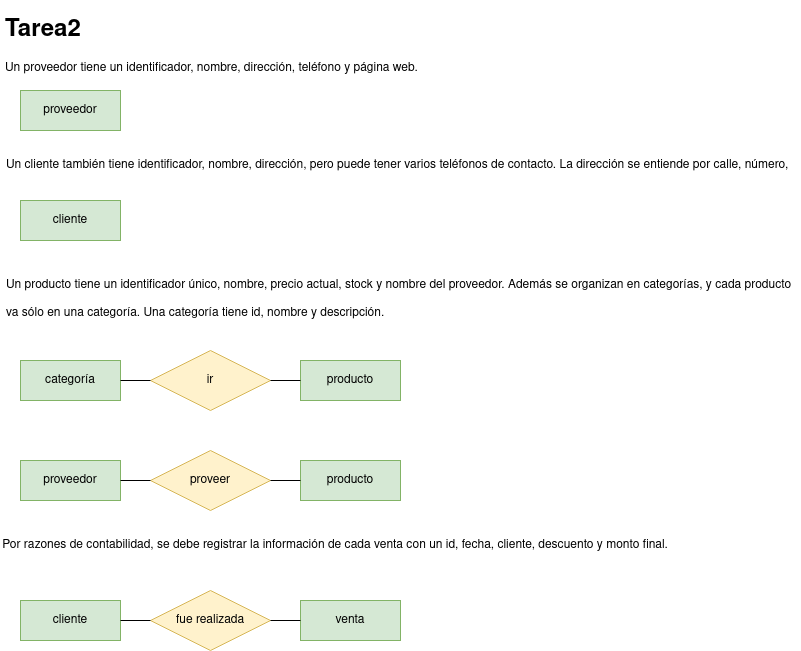
Above: tareasER/tarea2.png in javigh193/bae (draw.io), before the change. Source tidied: cells renumbered, new cells last; positions are measured from the earlier drawing's top-left corner, leaving out a move shared by most shapes.
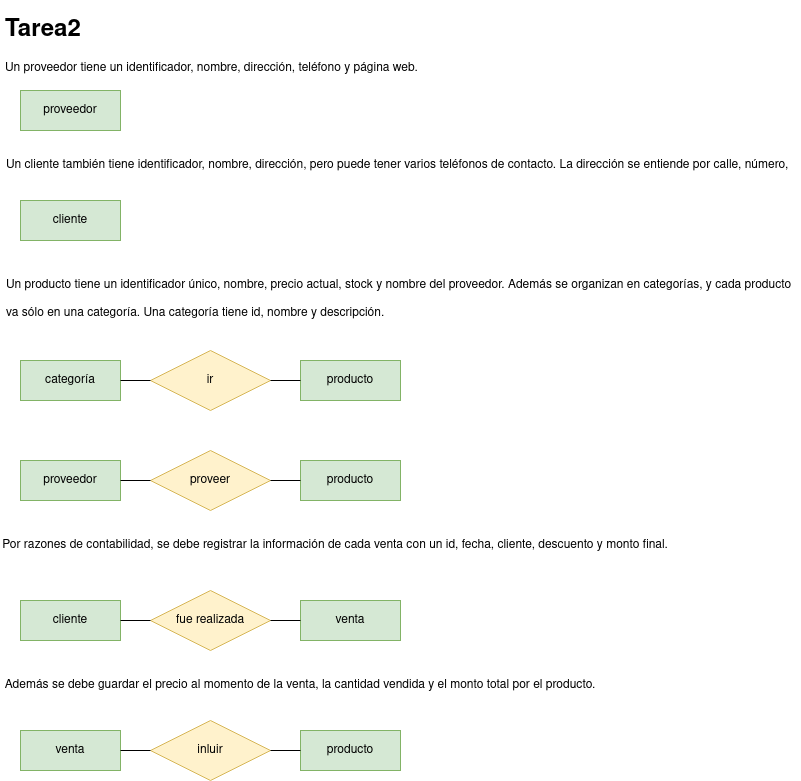
The same file after the commit.

Change to the diagram source:
```diff
@@ -65,5 +65,23 @@
     <mxCell id="22" style="endArrow=none;html=1;rounded=0;exitX=0;exitY=0.5;exitDx=0;exitDy=0;entryX=1;entryY=0.5;entryDx=0;entryDy=0;" parent="1" edge="1" source="18" target="20">
       <mxGeometry relative="1" as="geometry" />
     </mxCell>
+    <mxCell id="23" value="Además se debe guardar el precio al momento de la venta, la cantidad vendida y el monto total por el producto." style="text;html=1;strokeColor=none;fillColor=none;align=center;verticalAlign=middle;whiteSpace=wrap;rounded=0;" parent="1" vertex="1">
+      <mxGeometry y="660" width="600" height="30" as="geometry" />
+    </mxCell>
+    <mxCell id="24" value="producto" style="whiteSpace=wrap;html=1;align=center;fillColor=#d5e8d4;strokeColor=#82b366;" parent="1" vertex="1">
+      <mxGeometry x="300" y="720" width="100" height="40" as="geometry" />
+    </mxCell>
+    <mxCell id="25" value="venta" style="whiteSpace=wrap;html=1;align=center;fillColor=#d5e8d4;strokeColor=#82b366;" parent="1" vertex="1">
+      <mxGeometry x="20" y="720" width="100" height="40" as="geometry" />
+    </mxCell>
+    <mxCell id="26" value="inluir" style="shape=rhombus;perimeter=rhombusPerimeter;whiteSpace=wrap;html=1;align=center;fillColor=#fff2cc;strokeColor=#d6b656;" parent="1" vertex="1">
+      <mxGeometry x="150" y="710" width="120" height="60" as="geometry" />
+    </mxCell>
+    <mxCell id="27" style="endArrow=none;html=1;rounded=0;exitX=0;exitY=0.5;exitDx=0;exitDy=0;entryX=1;entryY=0.5;entryDx=0;entryDy=0;" parent="1" edge="1" source="24" target="26">
+      <mxGeometry relative="1" as="geometry" />
+    </mxCell>
+    <mxCell id="28" style="endArrow=none;html=1;rounded=0;exitX=0;exitY=0.5;exitDx=0;exitDy=0;entryX=1;entryY=0.5;entryDx=0;entryDy=0;" parent="1" edge="1" source="26" target="25">
+      <mxGeometry relative="1" as="geometry" />
+    </mxCell>
   </root>
 </mxGraphModel>
```
